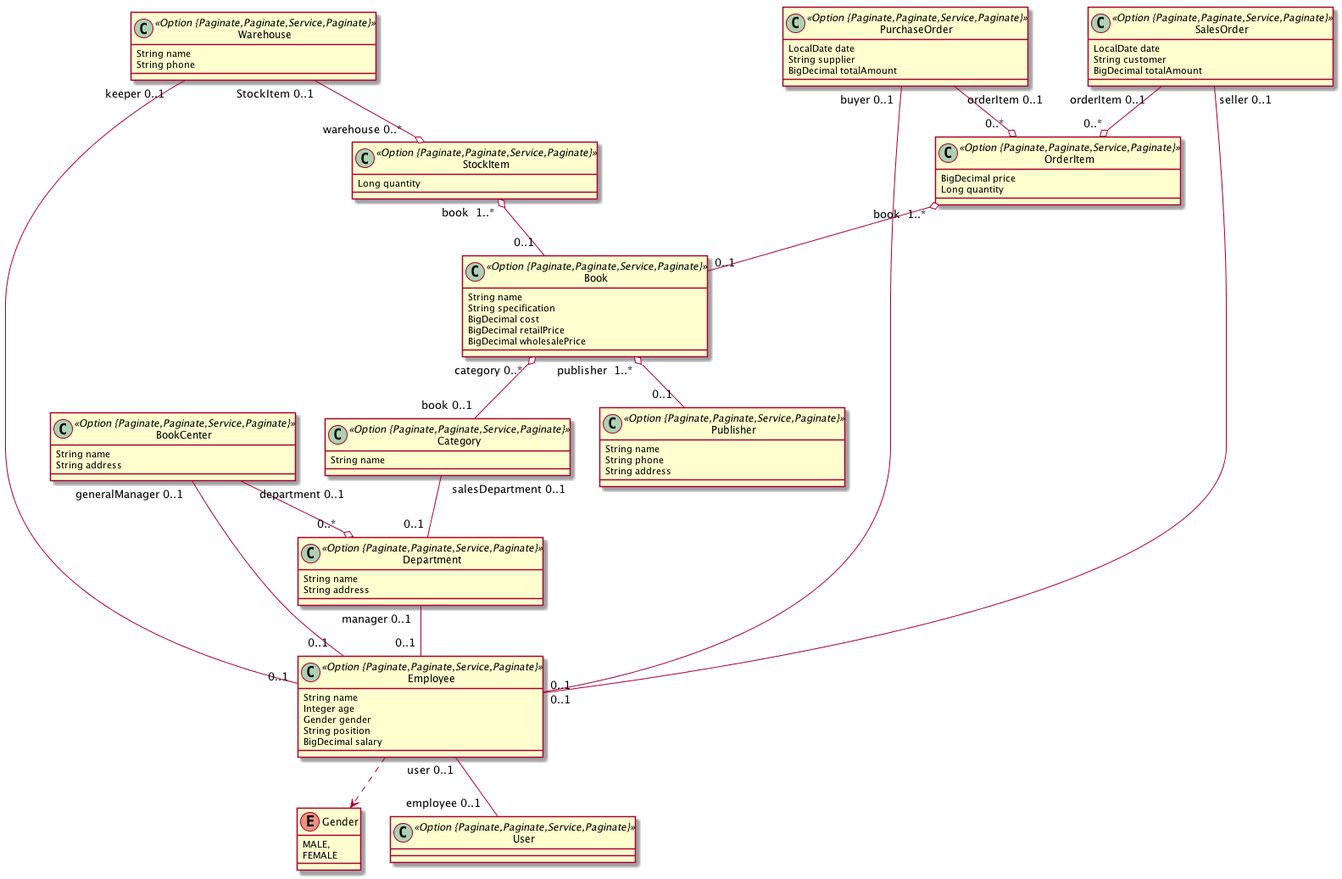
This is BookCenter.png from henryL1N/bookcenter, a PlantUML export, as it was before one commit.
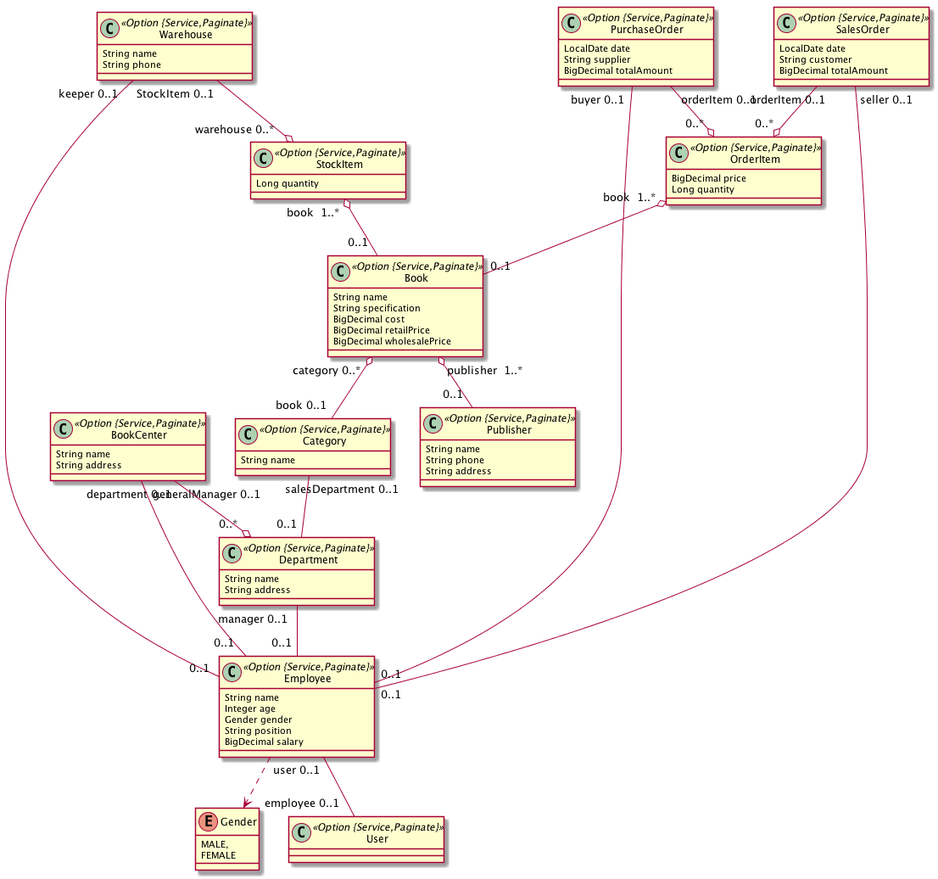
Above is the later version.

What changed in the source:
```diff
@@ -1,24 +1,24 @@
 @startuml
 	!pragma syntax class
-	class Book <<Option {Paginate,Paginate,Service,Paginate}>> {
+	class Book <<Option {Service,Paginate}>> {
 		String name
 		String specification
 		BigDecimal cost
 		BigDecimal retailPrice
 		BigDecimal wholesalePrice
 	}
-	class BookCenter <<Option {Paginate,Paginate,Service,Paginate}>> {
+	class BookCenter <<Option {Service,Paginate}>> {
 		String name
 		String address
 	}
-	class Category <<Option {Paginate,Paginate,Service,Paginate}>> {
+	class Category <<Option {Service,Paginate}>> {
 		String name
 	}
-	class Department <<Option {Paginate,Paginate,Service,Paginate}>> {
+	class Department <<Option {Service,Paginate}>> {
 		String name
 		String address
 	}
-	class Employee <<Option {Paginate,Paginate,Service,Paginate}>> {
+	class Employee <<Option {Service,Paginate}>> {
 		String name
 		Integer age
 		Gender gender
@@ -30,29 +30,29 @@
 		MALE,
 		FEMALE
 	}
-	class Publisher <<Option {Paginate,Paginate,Service,Paginate}>> {
+	class Publisher <<Option {Service,Paginate}>> {
 		String name
 		String phone
 		String address
 	}
-	class StockItem <<Option {Paginate,Paginate,Service,Paginate}>> {
+	class StockItem <<Option {Service,Paginate}>> {
 		Long quantity
 	}
-	class Warehouse <<Option {Paginate,Paginate,Service,Paginate}>> {
+	class Warehouse <<Option {Service,Paginate}>> {
 		String name
 		String phone
 	}
-	class PurchaseOrder <<Option {Paginate,Paginate,Service,Paginate}>> {
+	class PurchaseOrder <<Option {Service,Paginate}>> {
 		LocalDate date
 		String supplier
 		BigDecimal totalAmount
 	}
-	class SalesOrder <<Option {Paginate,Paginate,Service,Paginate}>> {
+	class SalesOrder <<Option {Service,Paginate}>> {
 		LocalDate date
 		String customer
 		BigDecimal totalAmount
 	}
-	class OrderItem <<Option {Paginate,Paginate,Service,Paginate}>> {
+	class OrderItem <<Option {Service,Paginate}>> {
 		BigDecimal price
 		Long quantity
 	}
@@ -71,6 +71,6 @@
 	Book  "publisher  1..* " o-- "0..1 "  Publisher
 	Book  "category 0..* " o-- "book 0..1 "  Category
 	Warehouse  "StockItem 0..1 " --o "warehouse 0..* "  StockItem
-	class User <<Option {Paginate,Paginate,Service,Paginate}>> {
+	class User <<Option {Service,Paginate}>> {
 	}
 @enduml
```
